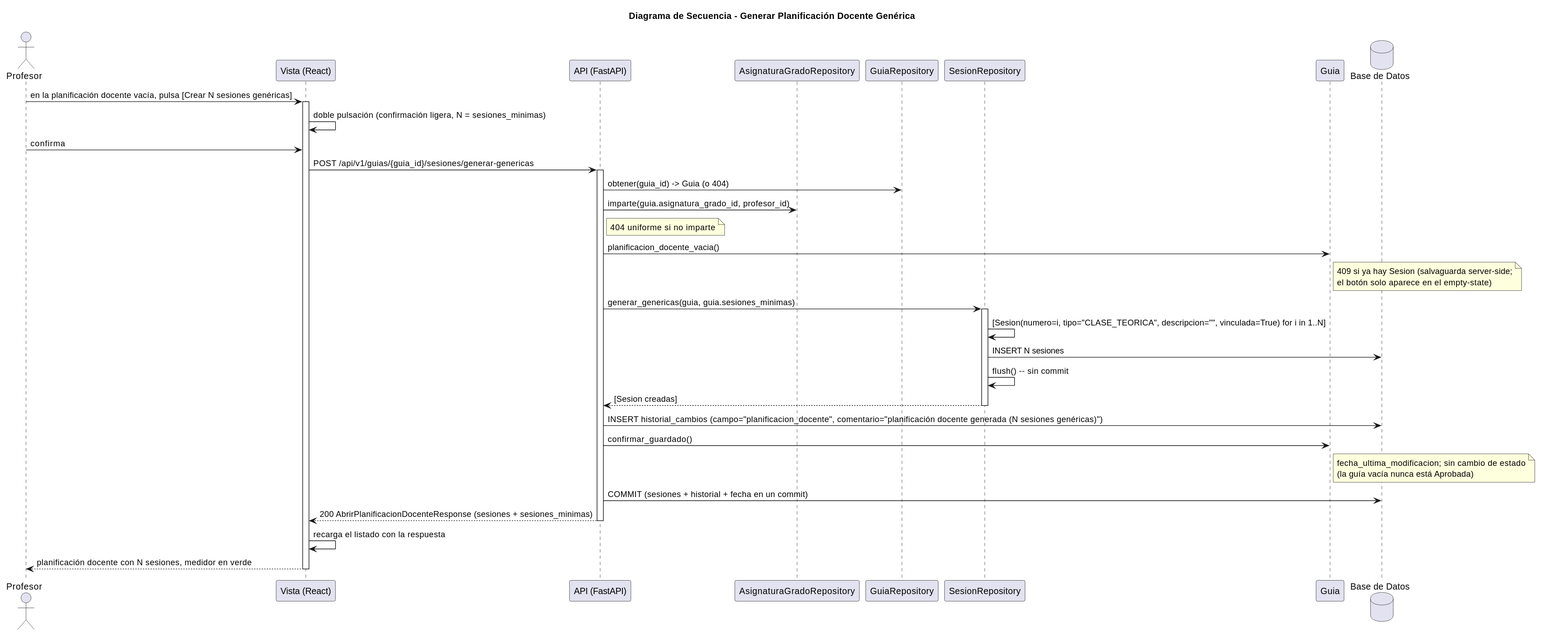
mmasias/pyCeldaPublico keeps this PlantUML diagram as images/RUP/03-diseño/casos-uso/generarPlanificacionDocenteGenerica/secuencia.svg. Above is the earlier version. Its diagram source:
```plantuml
@startuml
title Diagrama de Secuencia - Generar Planificación Docente Genérica

actor "Profesor" as Profesor
participant "Vista (React)" as Vista
participant "API (FastAPI)" as API
participant "AsignaturaGradoRepository" as AGRepo
participant "GuiaRepository" as GuiaRepo
participant "SesionRepository" as SesionRepo
participant "Guia" as Guia
database "Base de Datos" as DB

Profesor -> Vista: en la planificación docente vacía, pulsa [Crear N sesiones genéricas]
activate Vista
Vista -> Vista: doble pulsación (confirmación ligera, N = sesiones_minimas)
Profesor -> Vista: confirma
Vista -> API: POST /api/v1/guias/{guia_id}/sesiones/generar-genericas
activate API

API -> GuiaRepo: obtener(guia_id) -> Guia (o 404)
API -> AGRepo: imparte(guia.asignatura_grado_id, profesor_id)
note right of API: 404 uniforme si no imparte
API -> Guia: planificacion_docente_vacia()
note right of Guia: 409 si ya hay Sesion (salvaguarda server-side;\nel botón solo aparece en el empty-state)

API -> SesionRepo: generar_genericas(guia, guia.sesiones_minimas)
activate SesionRepo
SesionRepo -> SesionRepo: [Sesion(numero=i, tipo="CLASE_TEORICA", descripcion="", vinculada=True) for i in 1..N]
SesionRepo -> DB: INSERT N sesiones
SesionRepo -> SesionRepo: flush() -- sin commit
SesionRepo --> API: [Sesion creadas]
deactivate SesionRepo

API -> DB: INSERT historial_cambios (campo="planificacion_docente", comentario="planificación docente generada (N sesiones genéricas)")
API -> Guia: confirmar_guardado()
note right of Guia: fecha_ultima_modificacion; sin cambio de estado\n(la guía vacía nunca está Aprobada)
API -> DB: COMMIT (sesiones + historial + fecha en un commit)
API --> Vista: 200 AbrirPlanificacionDocenteResponse (sesiones + sesiones_minimas)
deactivate API

Vista -> Vista: recarga el listado con la respuesta
Vista --> Profesor: planificación docente con N sesiones, medidor en verde
deactivate Vista
@enduml
```
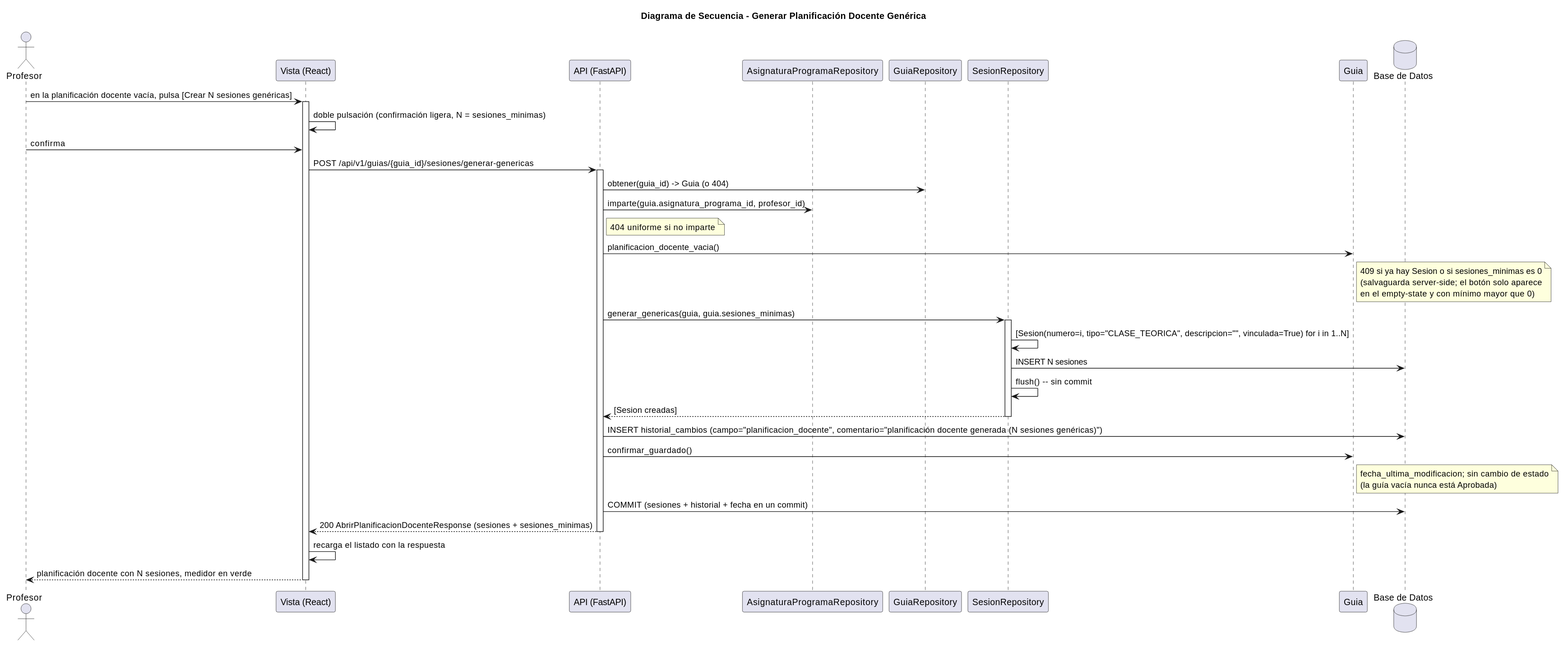
The same file after the commit.

What changed in the source:
```diff
@@ -4,7 +4,7 @@
 actor "Profesor" as Profesor
 participant "Vista (React)" as Vista
 participant "API (FastAPI)" as API
-participant "AsignaturaGradoRepository" as AGRepo
+participant "AsignaturaProgramaRepository" as AGRepo
 participant "GuiaRepository" as GuiaRepo
 participant "SesionRepository" as SesionRepo
 participant "Guia" as Guia
@@ -18,10 +18,10 @@
 activate API
 
 API -> GuiaRepo: obtener(guia_id) -> Guia (o 404)
-API -> AGRepo: imparte(guia.asignatura_grado_id, profesor_id)
+API -> AGRepo: imparte(guia.asignatura_programa_id, profesor_id)
 note right of API: 404 uniforme si no imparte
 API -> Guia: planificacion_docente_vacia()
-note right of Guia: 409 si ya hay Sesion (salvaguarda server-side;\nel botón solo aparece en el empty-state)
+note right of Guia: 409 si ya hay Sesion o si sesiones_minimas es 0\n(salvaguarda server-side; el botón solo aparece\nen el empty-state y con mínimo mayor que 0)
 
 API -> SesionRepo: generar_genericas(guia, guia.sesiones_minimas)
 activate SesionRepo
```
